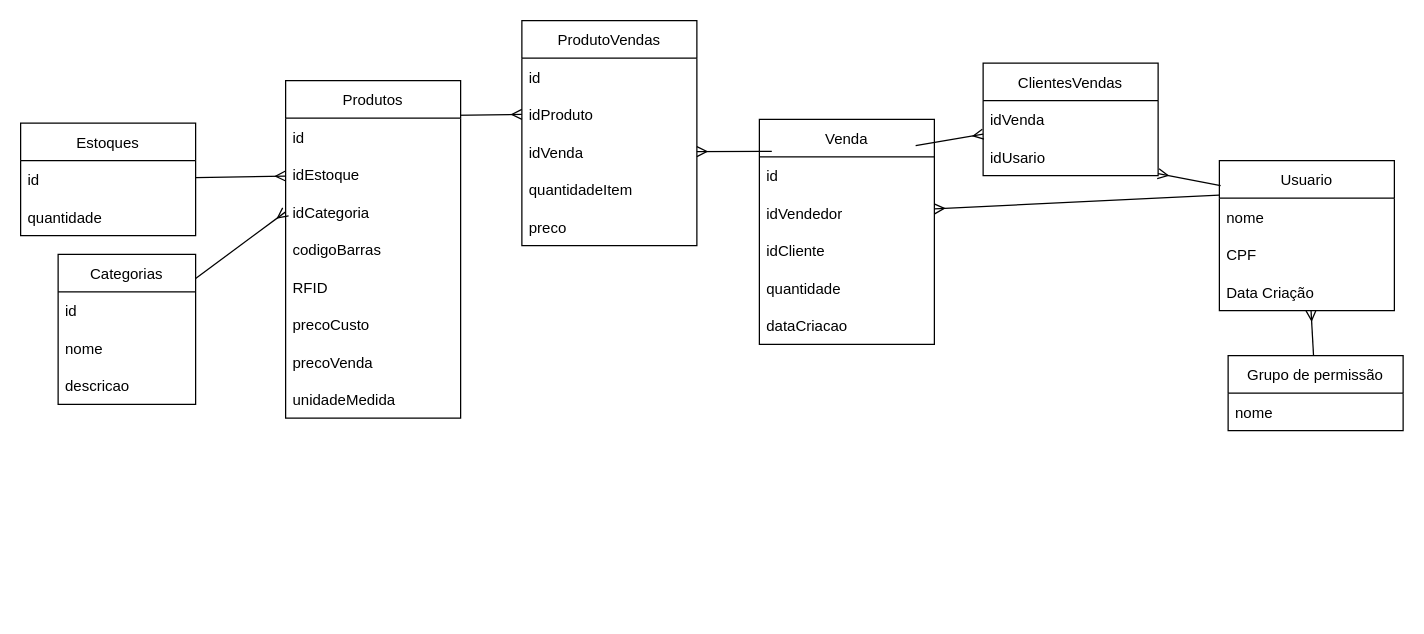
The draw.io diagram page "Relational-Model" (2 of 4) of doc/class.drawio in SavioAraujoPagung/les, before the edit. Source tidied: cells renumbered, new cells numbered last; positions are measured from the earlier drawing's top-left corner, leaving out a move shared by most shapes. Both pictures are drawn from the tidied source at 125%, with x=0, y=0 at pixel (20, 20).
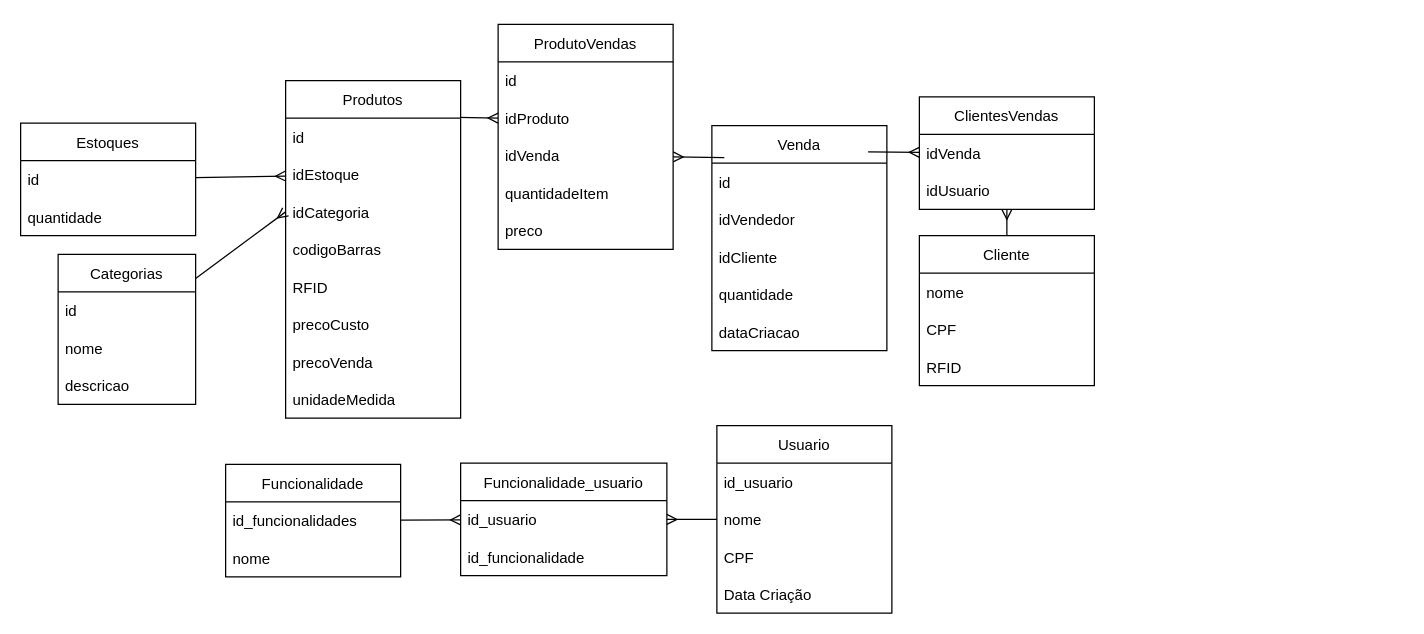
The same diagram, later.

Unchanged cells that the change refers to:
```xml
<mxCell id="35" value="idVendedor" style="text;strokeColor=none;fillColor=none;align=left;verticalAlign=middle;spacingLeft=4;spacingRight=4;overflow=hidden;points=[[0,0.5],[1,0.5]];portConstraint=eastwest;" parent="33" vertex="1">
  <mxGeometry y="60" width="140" height="30" as="geometry" />
</mxCell>
```

The edit, as a diff of the source:
```diff
@@
-    <mxCell id="2" style="edgeStyle=none;html=1;endArrow=ERmany;endFill=0;" parent="1" edge="1" source="3" target="6">
+    <mxCell id="2" style="edgeStyle=none;html=1;endArrow=none;endFill=0;startArrow=ERmany;startFill=0;" parent="1" edge="1" source="3" target="6">
       <mxGeometry relative="1" as="geometry" />
     </mxCell>
-    <mxCell id="3" value="Grupo de permissão" style="swimlane;fontStyle=0;horizontal=1;startSize=30;" parent="1" vertex="1">
-      <mxGeometry x="966" y="268" width="140" height="60" as="geometry" />
+    <mxCell id="3" value="Funcionalidade_usuario" style="swimlane;fontStyle=0;horizontal=1;startSize=30;" parent="1" vertex="1">
+      <mxGeometry x="352" y="354" width="165" height="90" as="geometry" />
     </mxCell>
-    <mxCell id="4" value="nome" style="text;strokeColor=none;fillColor=none;align=left;verticalAlign=middle;spacingLeft=4;spacingRight=4;overflow=hidden;" parent="3" vertex="1">
-      <mxGeometry y="30" width="140" height="30" as="geometry" />
+    <mxCell id="4" value="id_usuario" style="text;strokeColor=none;fillColor=none;align=left;verticalAlign=middle;spacingLeft=4;spacingRight=4;overflow=hidden;" parent="3" vertex="1">
+      <mxGeometry y="30" width="165" height="30" as="geometry" />
     </mxCell>
-    <mxCell id="5" style="edgeStyle=none;html=1;startArrow=none;startFill=0;endArrow=ERmany;endFill=0;exitX=0.058;exitY=0.226;exitDx=0;exitDy=0;exitPerimeter=0;" parent="1" edge="1" source="6" target="35">
-      <mxGeometry relative="1" as="geometry" />
-    </mxCell>
+    <mxCell id="47" value="id_funcionalidade" style="text;strokeColor=none;fillColor=none;align=left;verticalAlign=middle;spacingLeft=4;spacingRight=4;overflow=hidden;" parent="3" vertex="1">
+      <mxGeometry y="60" width="165" height="30" as="geometry" />
+    </mxCell>
     <mxCell id="6" value="Usuario" style="swimlane;fontStyle=0;horizontal=1;startSize=30;" parent="1" vertex="1">
-      <mxGeometry x="959" y="112" width="140" height="120" as="geometry" />
+      <mxGeometry x="557" y="324" width="140" height="150" as="geometry" />
     </mxCell>
-    <mxCell id="7" value="nome" style="text;strokeColor=none;fillColor=none;align=left;verticalAlign=middle;spacingLeft=4;spacingRight=4;overflow=hidden;" parent="6" vertex="1">
+    <mxCell id="7" value="id_usuario" style="text;strokeColor=none;fillColor=none;align=left;verticalAlign=middle;spacingLeft=4;spacingRight=4;overflow=hidden;" parent="6" vertex="1">
       <mxGeometry y="30" width="140" height="30" as="geometry" />
     </mxCell>
+    <mxCell id="48" value="nome" style="text;strokeColor=none;fillColor=none;align=left;verticalAlign=middle;spacingLeft=4;spacingRight=4;overflow=hidden;" parent="6" vertex="1">
+      <mxGeometry y="60" width="140" height="30" as="geometry" />
+    </mxCell>
     <mxCell id="8" value="CPF" style="text;strokeColor=none;fillColor=none;align=left;verticalAlign=middle;spacingLeft=4;spacingRight=4;overflow=hidden;" parent="6" vertex="1">
-      <mxGeometry y="60" width="140" height="30" as="geometry" />
+      <mxGeometry y="90" width="140" height="30" as="geometry" />
     </mxCell>
     <mxCell id="9" value="Data Criação" style="text;strokeColor=none;fillColor=none;align=left;verticalAlign=middle;spacingLeft=4;spacingRight=4;overflow=hidden;" parent="6" vertex="1">
-      <mxGeometry y="90" width="140" height="30" as="geometry" />
+      <mxGeometry y="120" width="140" height="30" as="geometry" />
     </mxCell>
+    <mxCell id="49" style="edgeStyle=none;html=1;endArrow=ERmany;endFill=0;" parent="1" edge="1" source="50" target="12">
+      <mxGeometry relative="1" as="geometry" />
+    </mxCell>
+    <mxCell id="50" value="Cliente" style="swimlane;fontStyle=0;horizontal=1;startSize=30;" parent="1" vertex="1">
+      <mxGeometry x="719" y="172" width="140" height="120" as="geometry" />
+    </mxCell>
+    <mxCell id="51" value="nome" style="text;strokeColor=none;fillColor=none;align=left;verticalAlign=middle;spacingLeft=4;spacingRight=4;overflow=hidden;" parent="50" vertex="1">
+      <mxGeometry y="30" width="140" height="30" as="geometry" />
+    </mxCell>
+    <mxCell id="52" value="CPF" style="text;strokeColor=none;fillColor=none;align=left;verticalAlign=middle;spacingLeft=4;spacingRight=4;overflow=hidden;" parent="50" vertex="1">
+      <mxGeometry y="60" width="140" height="30" as="geometry" />
+    </mxCell>
+    <mxCell id="53" value="RFID" style="text;strokeColor=none;fillColor=none;align=left;verticalAlign=middle;spacingLeft=4;spacingRight=4;overflow=hidden;" parent="50" vertex="1">
+      <mxGeometry y="90" width="140" height="30" as="geometry" />
+    </mxCell>
     <mxCell id="10" value="ClientesVendas" style="swimlane;fontStyle=0;horizontal=1;startSize=30;" parent="1" vertex="1">
-      <mxGeometry x="770" y="34" width="140" height="90" as="geometry" />
+      <mxGeometry x="719" y="61" width="140" height="90" as="geometry" />
     </mxCell>
@@
-    <mxCell id="12" value="idUsario" style="text;strokeColor=none;fillColor=none;align=left;verticalAlign=middle;spacingLeft=4;spacingRight=4;overflow=hidden;points=[[0,0.5],[1,0.5]];portConstraint=eastwest;" parent="10" vertex="1">
+    <mxCell id="12" value="idUsuario" style="text;strokeColor=none;fillColor=none;align=left;verticalAlign=middle;spacingLeft=4;spacingRight=4;overflow=hidden;points=[[0,0.5],[1,0.5]];portConstraint=eastwest;" parent="10" vertex="1">
       <mxGeometry y="60" width="140" height="30" as="geometry" />
     </mxCell>
@@
-    <mxCell id="32" style="edgeStyle=none;html=1;startArrow=ERmany;startFill=0;endArrow=none;endFill=0;" parent="1" edge="1" source="12">
-      <mxGeometry relative="1" as="geometry">
-        <mxPoint x="960" y="132" as="targetPoint" />
-      </mxGeometry>
-    </mxCell>
     <mxCell id="33" value="Venda" style="swimlane;fontStyle=0;horizontal=1;startSize=30;" parent="1" vertex="1">
-      <mxGeometry x="591" y="79" width="140" height="180" as="geometry" />
+      <mxGeometry x="553" y="84" width="140" height="180" as="geometry" />
     </mxCell>
@@
     <mxCell id="40" value="ProdutoVendas" style="swimlane;fontStyle=0;horizontal=1;startSize=30;" parent="1" vertex="1">
-      <mxGeometry x="401" width="140" height="180" as="geometry" />
+      <mxGeometry x="382" y="3" width="140" height="180" as="geometry" />
     </mxCell>
@@
+    <mxCell id="54" style="edgeStyle=none;html=1;endArrow=ERmany;endFill=0;startArrow=none;startFill=0;" parent="1" edge="1" source="55" target="3">
+      <mxGeometry relative="1" as="geometry" />
+    </mxCell>
+    <mxCell id="55" value="Funcionalidade" style="swimlane;fontStyle=0;horizontal=1;startSize=30;" parent="1" vertex="1">
+      <mxGeometry x="164" y="355" width="140" height="90" as="geometry" />
+    </mxCell>
+    <mxCell id="56" value="id_funcionalidades" style="text;strokeColor=none;fillColor=none;align=left;verticalAlign=middle;spacingLeft=4;spacingRight=4;overflow=hidden;" parent="55" vertex="1">
+      <mxGeometry y="30" width="140" height="30" as="geometry" />
+    </mxCell>
+    <mxCell id="57" value="nome" style="text;strokeColor=none;fillColor=none;align=left;verticalAlign=middle;spacingLeft=4;spacingRight=4;overflow=hidden;" parent="55" vertex="1">
+      <mxGeometry y="60" width="140" height="30" as="geometry" />
+    </mxCell>
```
